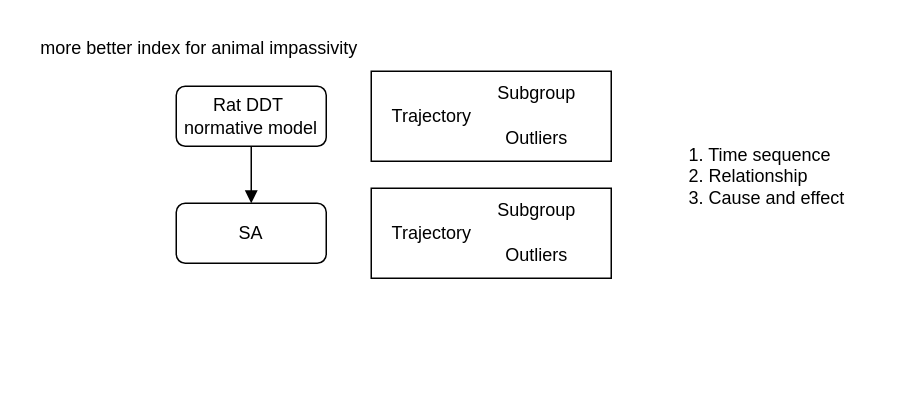
Before: RatDDT_SA.drawio in Ernest861/demo, a draw.io diagram. Source tidied: cells renumbered, new cells numbered last; positions are measured from the earlier drawing's top-left corner, leaving out a move shared by most shapes. Both pictures are drawn from the tidied source at 150%, with x=0, y=0 at pixel (26, 26).
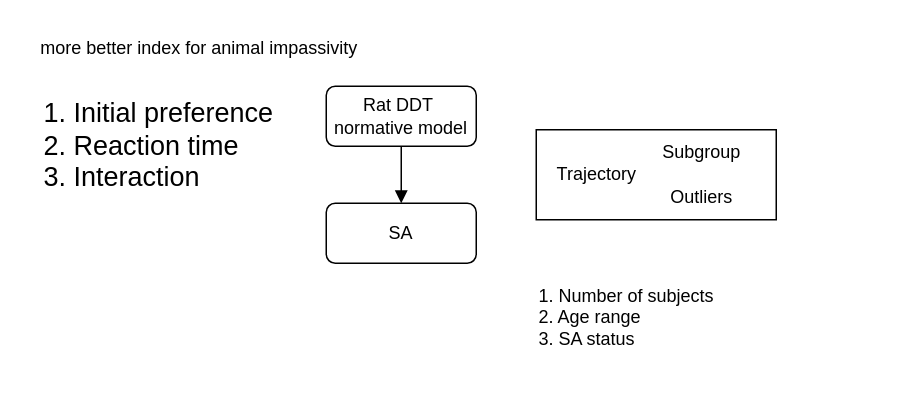
The same page after the edit.

What changed in the source:
```diff
@@
 <mxGraphModel>
   <root>
     <mxCell id="0" />
     <mxCell id="1" parent="0" />
     <mxCell id="2" style="rounded=0;whiteSpace=wrap;html=1;" parent="1" vertex="1">
-      <mxGeometry x="230" y="30" width="160" height="60" as="geometry" />
+      <mxGeometry x="340" y="69" width="160" height="60" as="geometry" />
     </mxCell>
     <mxCell id="3" style="edgeStyle=orthogonalEdgeStyle;rounded=0;jettySize=auto;html=1;endArrow=block;endFill=1;" parent="1" edge="1" source="4" target="5">
       <mxGeometry relative="1" as="geometry" />
     </mxCell>
     <mxCell id="4" value="Rat DDT&amp;nbsp;&lt;div&gt;normative model&lt;/div&gt;" style="rounded=1;whiteSpace=wrap;html=1;" parent="1" vertex="1">
-      <mxGeometry x="100" y="40" width="100" height="40" as="geometry" />
+      <mxGeometry x="200" y="40" width="100" height="40" as="geometry" />
     </mxCell>
     <mxCell id="5" value="SA" style="rounded=1;whiteSpace=wrap;html=1;" parent="1" vertex="1">
-      <mxGeometry x="100" y="118" width="100" height="40" as="geometry" />
+      <mxGeometry x="200" y="118" width="100" height="40" as="geometry" />
     </mxCell>
     <mxCell id="6" value="Trajectory" style="text;html=1;align=center;verticalAlign=middle;strokeColor=none;fillColor=none;" parent="1" vertex="1">
-      <mxGeometry x="230" y="45" width="80" height="30" as="geometry" />
+      <mxGeometry x="340" y="84" width="80" height="30" as="geometry" />
     </mxCell>
     <mxCell id="7" value="Subgroup" style="text;html=1;align=center;verticalAlign=middle;strokeColor=none;fillColor=none;" parent="1" vertex="1">
-      <mxGeometry x="300" y="30" width="80" height="30" as="geometry" />
+      <mxGeometry x="410" y="69" width="80" height="30" as="geometry" />
     </mxCell>
     <mxCell id="8" value="Outliers" style="text;html=1;align=center;verticalAlign=middle;strokeColor=none;fillColor=none;" parent="1" vertex="1">
-      <mxGeometry x="310" y="60" width="60" height="30" as="geometry" />
+      <mxGeometry x="420" y="99" width="60" height="30" as="geometry" />
     </mxCell>
     <mxCell id="9" value="more better index for animal impassivity" style="text;html=1;align=center;verticalAlign=middle;strokeColor=none;fillColor=none;" parent="1" vertex="1">
       <mxGeometry width="230" height="30" as="geometry" />
     </mxCell>
-    <mxCell id="10" style="rounded=0;whiteSpace=wrap;html=1;" parent="1" vertex="1">
-      <mxGeometry x="230" y="108" width="160" height="60" as="geometry" />
-    </mxCell>
-    <mxCell id="11" value="Trajectory" style="text;html=1;align=center;verticalAlign=middle;strokeColor=none;fillColor=none;" parent="1" vertex="1">
-      <mxGeometry x="230" y="123" width="80" height="30" as="geometry" />
-    </mxCell>
-    <mxCell id="12" value="Subgroup" style="text;html=1;align=center;verticalAlign=middle;strokeColor=none;fillColor=none;" parent="1" vertex="1">
-      <mxGeometry x="300" y="108" width="80" height="30" as="geometry" />
-    </mxCell>
-    <mxCell id="13" value="Outliers" style="text;html=1;align=center;verticalAlign=middle;strokeColor=none;fillColor=none;" parent="1" vertex="1">
-      <mxGeometry x="310" y="138" width="60" height="30" as="geometry" />
-    </mxCell>
-    <mxCell id="14" value="&lt;div&gt;1. Time sequence&lt;/div&gt;&lt;div&gt;2. Relationship&lt;/div&gt;&lt;div&gt;3. Cause and effect&lt;/div&gt;" style="text;html=1;align=left;verticalAlign=middle;strokeColor=none;fillColor=none;" parent="1" vertex="1">
-      <mxGeometry x="440" y="70" width="130" height="60" as="geometry" />
+    <mxCell id="14" value="&lt;div&gt;&lt;span style=&quot;font-size: 18px;&quot;&gt;1. Initial preference&lt;/span&gt;&lt;/div&gt;&lt;div&gt;&lt;span style=&quot;font-size: 18px;&quot;&gt;2. Reaction time&lt;/span&gt;&lt;/div&gt;&lt;div&gt;&lt;span style=&quot;font-size: 18px;&quot;&gt;3. Interaction&lt;/span&gt;&lt;/div&gt;" style="text;html=1;align=left;verticalAlign=middle;strokeColor=none;fillColor=none;" parent="1" vertex="1">
+      <mxGeometry x="10" y="40" width="180" height="80" as="geometry" />
     </mxCell>
+    <mxCell id="15" value="1. Number of subjects&#10;2. Age range&#10;3. SA status" style="text;whiteSpace=wrap;" parent="1" vertex="1">
+      <mxGeometry x="340" y="166" width="150" height="70" as="geometry" />
+    </mxCell>
   </root>
 </mxGraphModel>
```
